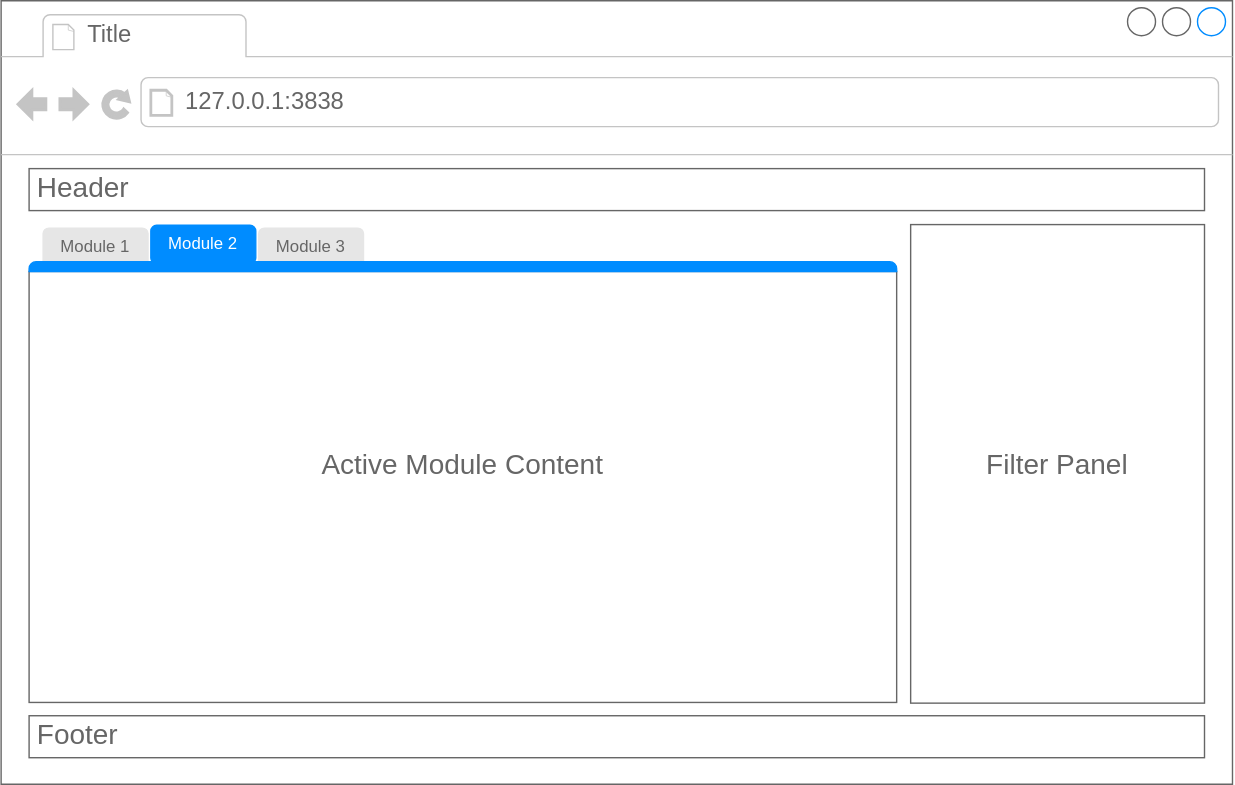
The draw.io diagram vignettes/images/teal-app-components.svg in insightsengineering/teal, before a commit. Source tidied: cells renumbered, new cells last; positions are measured from the earlier drawing's top-left corner, leaving out a move shared by most shapes.
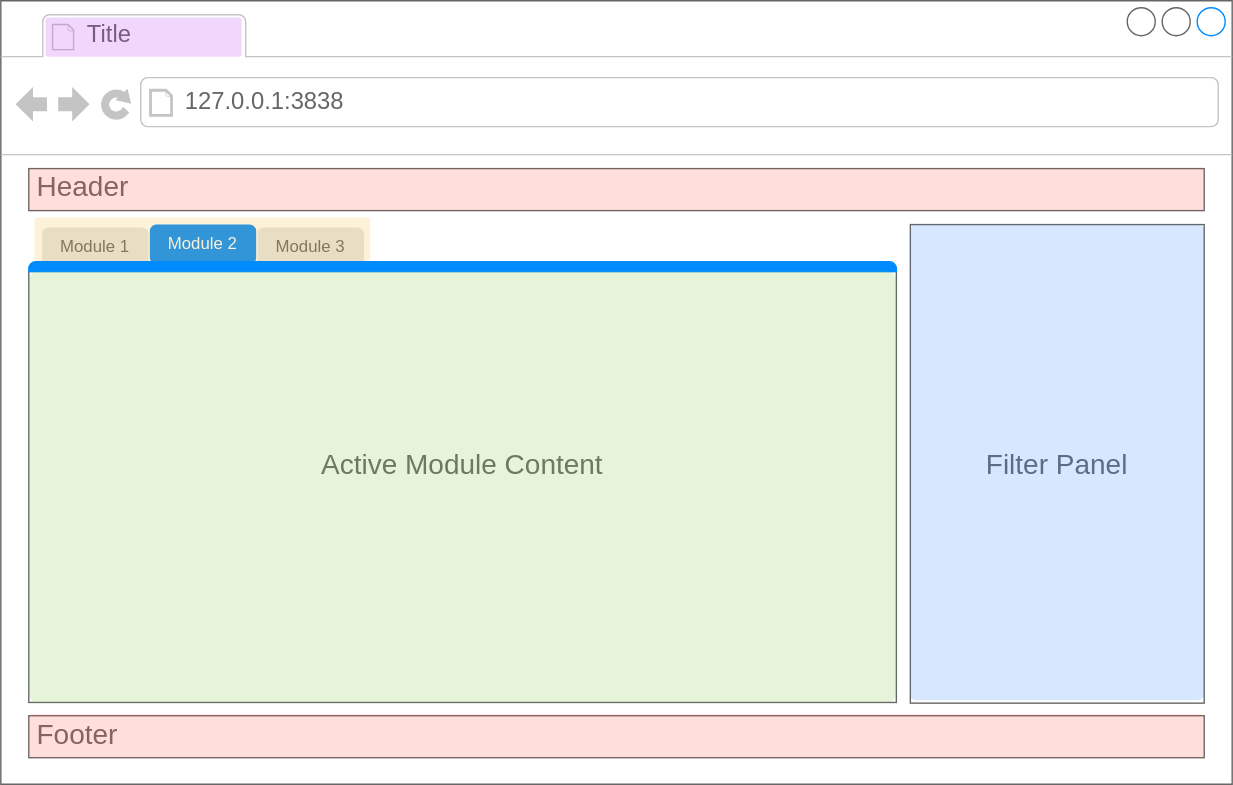
The same file after the commit.

Commit message:
docs: add the element colors in the diagram and topic headers

The edit, as a diff of the source:
```diff
@@ -35,5 +35,23 @@
     <mxCell id="12" value="Filter Panel" style="rounded=0;whiteSpace=wrap;html=1;strokeColor=#666666;fontSize=20;fontColor=#666666;fillColor=#FFFFFF;" parent="1" vertex="1">
       <mxGeometry x="650" y="160" width="210" height="342" as="geometry" />
     </mxCell>
+    <mxCell id="13" style="rounded=1;whiteSpace=wrap;html=1;fillColor=#BF37F3;gradientColor=none;opacity=20;strokeColor=none;arcSize=7;" parent="1" vertex="1">
+      <mxGeometry x="32" y="12" width="140" height="28" as="geometry" />
+    </mxCell>
+    <mxCell id="14" style="rounded=1;whiteSpace=wrap;html=1;fillColor=#FB6251;gradientColor=none;opacity=20;strokeColor=none;arcSize=7;" parent="1" vertex="1">
+      <mxGeometry x="20" y="510" width="840" height="31" as="geometry" />
+    </mxCell>
+    <mxCell id="15" style="rounded=1;whiteSpace=wrap;html=1;fillColor=#FB6251;gradientColor=none;opacity=20;strokeColor=none;arcSize=7;" parent="1" vertex="1">
+      <mxGeometry x="20" y="120" width="840" height="30" as="geometry" />
+    </mxCell>
+    <mxCell id="16" style="rounded=1;whiteSpace=wrap;html=1;fillColor=#f2b73f;opacity=20;strokeColor=none;arcSize=7;" parent="1" vertex="1">
+      <mxGeometry x="24" y="155" width="240" height="31" as="geometry" />
+    </mxCell>
+    <mxCell id="17" style="rounded=1;whiteSpace=wrap;html=1;fillColor=#83cc41;opacity=20;strokeColor=none;arcSize=2;" parent="1" vertex="1">
+      <mxGeometry x="20" y="193.5" width="620" height="308" as="geometry" />
+    </mxCell>
+    <mxCell id="18" style="rounded=1;whiteSpace=wrap;html=1;fillColor=#3A88FE;opacity=20;strokeColor=none;arcSize=2;" parent="1" vertex="1">
+      <mxGeometry x="650" y="160" width="210" height="340" as="geometry" />
+    </mxCell>
   </root>
 </mxGraphModel>
```
